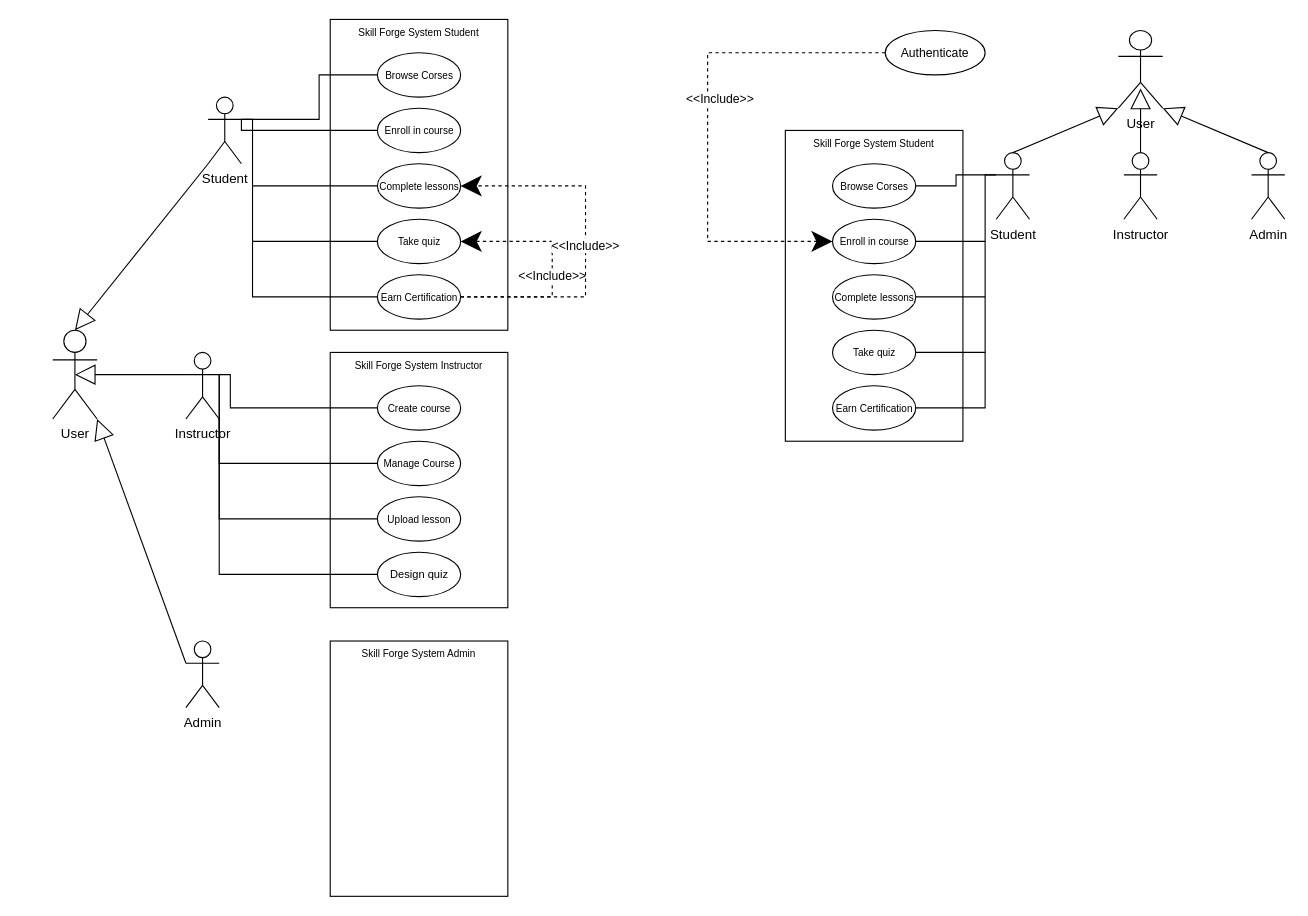
This is Untitled Diagram.drawio from RodinaMohamed04/Lab6, a draw.io file, before an edit. Source tidied: cells renumbered, new cells numbered last; positions are measured from the earlier drawing's top-left corner, leaving out a move shared by most shapes. Both pictures are drawn from the tidied source at 111%, with x=0, y=0 at pixel (52, 19).
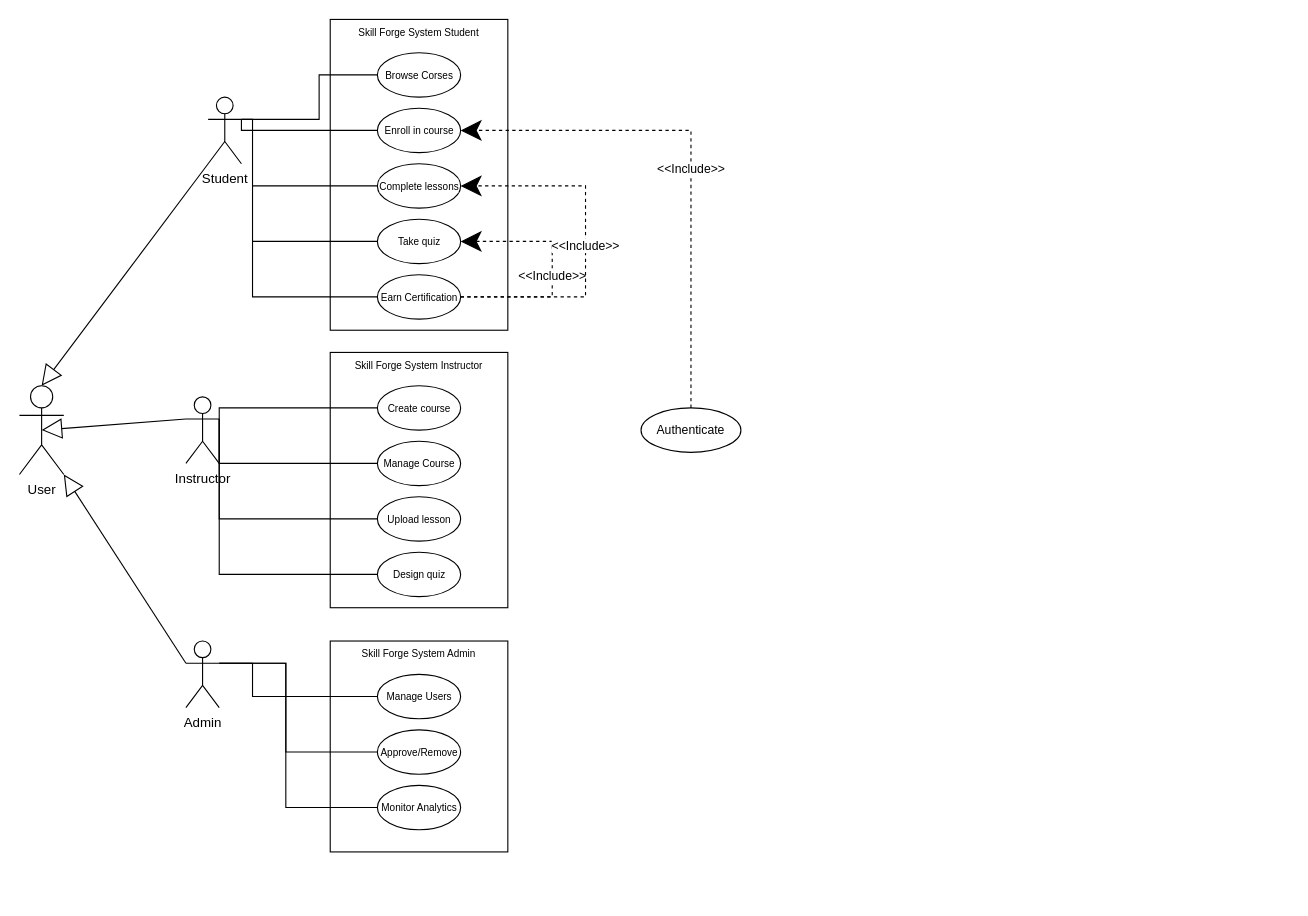
Above is the later version.

Commit message:
Use case admin.drawio

The change refers to these unchanged cells:
```xml
<mxCell id="38" value="&lt;font style=&quot;font-size: 9px;&quot;&gt;Enroll in course&lt;/font&gt;" style="ellipse;whiteSpace=wrap;html=1;strokeColor=default;align=center;verticalAlign=middle;fontFamily=Helvetica;fontSize=11;fontColor=default;labelBackgroundColor=default;fillColor=default;" parent="1" vertex="1">
  <mxGeometry x="292.5" y="80" width="75" height="40" as="geometry" />
</mxCell>
<mxCell id="64" value="&lt;font style=&quot;font-size: 9px;&quot;&gt;Create course&lt;/font&gt;" style="ellipse;whiteSpace=wrap;html=1;strokeColor=default;align=center;verticalAlign=middle;fontFamily=Helvetica;fontSize=11;fontColor=default;labelBackgroundColor=default;fillColor=default;" parent="1" vertex="1">
  <mxGeometry x="292.5" y="330" width="75" height="40" as="geometry" />
</mxCell>
<mxCell id="80" value="Admin" style="shape=umlActor;verticalLabelPosition=bottom;verticalAlign=top;html=1;" parent="1" vertex="1">
  <mxGeometry x="120" y="560" width="30" height="60" as="geometry" />
</mxCell>
```

The edit, as a diff of the source:
```diff
@@
-    <mxCell id="2" value="User" style="shape=umlActor;verticalLabelPosition=bottom;verticalAlign=top;html=1;" parent="1" vertex="1">
-      <mxGeometry x="960" y="10" width="40" height="70" as="geometry" />
-    </mxCell>
-    <mxCell id="3" value="Student" style="shape=umlActor;verticalLabelPosition=bottom;verticalAlign=top;html=1;" parent="1" vertex="1">
-      <mxGeometry x="850" y="120" width="30" height="60" as="geometry" />
-    </mxCell>
-    <mxCell id="4" value="Instructor" style="shape=umlActor;verticalLabelPosition=bottom;verticalAlign=top;html=1;" parent="1" vertex="1">
-      <mxGeometry x="965" y="120" width="30" height="60" as="geometry" />
-    </mxCell>
-    <mxCell id="5" value="Admin" style="shape=umlActor;verticalLabelPosition=bottom;verticalAlign=top;html=1;" parent="1" vertex="1">
-      <mxGeometry x="1080" y="120" width="30" height="60" as="geometry" />
-    </mxCell>
-    <mxCell id="6" style="endArrow=block;endSize=16;endFill=0;html=1;rounded=0;exitX=0.5;exitY=0;exitDx=0;exitDy=0;exitPerimeter=0;entryX=1;entryY=1;entryDx=0;entryDy=0;entryPerimeter=0;" parent="1" edge="1" source="5" target="2">
-      <mxGeometry relative="1" as="geometry" />
-    </mxCell>
-    <mxCell id="7" style="endArrow=block;endSize=16;endFill=0;html=1;rounded=0;exitX=0.5;exitY=0;exitDx=0;exitDy=0;exitPerimeter=0;entryX=0;entryY=1;entryDx=0;entryDy=0;entryPerimeter=0;" parent="1" edge="1" source="3" target="2">
-      <mxGeometry relative="1" as="geometry" />
-    </mxCell>
-    <mxCell id="8" style="endArrow=block;endSize=16;endFill=0;html=1;rounded=0;exitX=0.5;exitY=0;exitDx=0;exitDy=0;exitPerimeter=0;entryX=0.501;entryY=0.747;entryDx=0;entryDy=0;entryPerimeter=0;" parent="1" edge="1" source="4" target="2">
-      <mxGeometry relative="1" as="geometry" />
-    </mxCell>
-    <mxCell id="9" value="Authenticate" style="ellipse;whiteSpace=wrap;html=1;fontFamily=Helvetica;fontSize=11;fontColor=default;labelBackgroundColor=default;" parent="1" vertex="1">
-      <mxGeometry x="750" y="10" width="90" height="40" as="geometry" />
-    </mxCell>
-    <mxCell id="10" value="Skill Forge System Student" style="whiteSpace=wrap;html=1;fontFamily=Helvetica;fontSize=9;fontColor=default;labelBackgroundColor=default;labelPosition=center;verticalLabelPosition=middle;align=center;verticalAlign=top;" parent="1" vertex="1">
-      <mxGeometry x="660" y="100" width="160" height="280" as="geometry" />
-    </mxCell>
-    <mxCell id="11" value="&lt;font style=&quot;font-size: 9px;&quot;&gt;Browse Corses&lt;/font&gt;" style="ellipse;whiteSpace=wrap;html=1;strokeColor=default;align=center;verticalAlign=middle;fontFamily=Helvetica;fontSize=11;fontColor=default;labelBackgroundColor=default;fillColor=default;" parent="1" vertex="1">
-      <mxGeometry x="702.5" y="130" width="75" height="40" as="geometry" />
-    </mxCell>
-    <mxCell id="12" value="&lt;font style=&quot;font-size: 9px;&quot;&gt;Enroll in course&lt;/font&gt;" style="ellipse;whiteSpace=wrap;html=1;strokeColor=default;align=center;verticalAlign=middle;fontFamily=Helvetica;fontSize=11;fontColor=default;labelBackgroundColor=default;fillColor=default;" parent="1" vertex="1">
-      <mxGeometry x="702.5" y="180" width="75" height="40" as="geometry" />
-    </mxCell>
-    <mxCell id="13" value="&lt;font style=&quot;font-size: 9px;&quot;&gt;Complete lessons&lt;/font&gt;" style="ellipse;whiteSpace=wrap;html=1;strokeColor=default;align=center;verticalAlign=middle;fontFamily=Helvetica;fontSize=11;fontColor=default;labelBackgroundColor=default;fillColor=default;" parent="1" vertex="1">
-      <mxGeometry x="702.5" y="230" width="75" height="40" as="geometry" />
-    </mxCell>
-    <mxCell id="14" value="&lt;font style=&quot;font-size: 9px;&quot;&gt;Take quiz&lt;/font&gt;" style="ellipse;whiteSpace=wrap;html=1;strokeColor=default;align=center;verticalAlign=middle;fontFamily=Helvetica;fontSize=11;fontColor=default;labelBackgroundColor=default;fillColor=default;" parent="1" vertex="1">
-      <mxGeometry x="702.5" y="280" width="75" height="40" as="geometry" />
-    </mxCell>
-    <mxCell id="15" value="&lt;font style=&quot;font-size: 9px;&quot;&gt;Earn Certification&lt;/font&gt;" style="ellipse;whiteSpace=wrap;html=1;strokeColor=default;align=center;verticalAlign=middle;fontFamily=Helvetica;fontSize=11;fontColor=default;labelBackgroundColor=default;fillColor=default;" parent="1" vertex="1">
-      <mxGeometry x="702.5" y="330" width="75" height="40" as="geometry" />
-    </mxCell>
-    <mxCell id="16" style="endArrow=none;html=1;edgeStyle=orthogonalEdgeStyle;rounded=0;strokeColor=default;align=center;verticalAlign=middle;fontFamily=Helvetica;fontSize=11;fontColor=default;labelBackgroundColor=default;endSize=16;exitX=1;exitY=0.5;exitDx=0;exitDy=0;entryX=0;entryY=0.3333333333333333;entryDx=0;entryDy=0;entryPerimeter=0;" parent="1" edge="1" source="11" target="3">
-      <mxGeometry relative="1" as="geometry" />
-    </mxCell>
-    <mxCell id="17" style="edgeLabel;html=1;align=left;verticalAlign=bottom;strokeColor=default;fontFamily=Helvetica;fontSize=11;fontColor=default;labelBackgroundColor=default;fillColor=default;" parent="16" vertex="1">
-      <mxGeometry x="-1" relative="1" as="geometry" />
-    </mxCell>
-    <mxCell id="18" style="edgeLabel;html=1;align=right;verticalAlign=bottom;strokeColor=default;fontFamily=Helvetica;fontSize=11;fontColor=default;labelBackgroundColor=default;fillColor=default;" parent="16" vertex="1">
-      <mxGeometry x="1" relative="1" as="geometry" />
-    </mxCell>
-    <mxCell id="19" style="endArrow=none;html=1;edgeStyle=orthogonalEdgeStyle;rounded=0;strokeColor=default;align=center;verticalAlign=middle;fontFamily=Helvetica;fontSize=11;fontColor=default;labelBackgroundColor=default;endSize=16;entryX=1;entryY=0.5;entryDx=0;entryDy=0;exitX=0;exitY=0.3333333333333333;exitDx=0;exitDy=0;exitPerimeter=0;" parent="1" edge="1" source="3" target="12">
-      <mxGeometry relative="1" as="geometry">
-        <Array as="points">
-          <mxPoint x="840" y="140" />
-          <mxPoint x="840" y="200" />
-        </Array>
-      </mxGeometry>
-    </mxCell>
-    <mxCell id="20" style="edgeLabel;html=1;align=left;verticalAlign=bottom;strokeColor=default;fontFamily=Helvetica;fontSize=11;fontColor=default;labelBackgroundColor=default;fillColor=default;" parent="19" vertex="1">
-      <mxGeometry x="-1" relative="1" as="geometry" />
-    </mxCell>
-    <mxCell id="21" style="edgeLabel;html=1;align=right;verticalAlign=bottom;strokeColor=default;fontFamily=Helvetica;fontSize=11;fontColor=default;labelBackgroundColor=default;fillColor=default;" parent="19" vertex="1">
-      <mxGeometry x="1" relative="1" as="geometry" />
-    </mxCell>
-    <mxCell id="22" style="endArrow=none;html=1;edgeStyle=orthogonalEdgeStyle;rounded=0;strokeColor=default;align=center;verticalAlign=middle;fontFamily=Helvetica;fontSize=11;fontColor=default;labelBackgroundColor=default;endSize=16;entryX=1;entryY=0.5;entryDx=0;entryDy=0;" parent="1" edge="1" target="13">
-      <mxGeometry relative="1" as="geometry">
-        <mxPoint x="840" y="200" as="sourcePoint" />
-        <Array as="points">
-          <mxPoint x="840" y="250" />
-        </Array>
-      </mxGeometry>
-    </mxCell>
-    <mxCell id="23" style="edgeLabel;html=1;align=left;verticalAlign=bottom;strokeColor=default;fontFamily=Helvetica;fontSize=11;fontColor=default;labelBackgroundColor=default;fillColor=default;" parent="22" vertex="1">
-      <mxGeometry x="-1" relative="1" as="geometry" />
-    </mxCell>
-    <mxCell id="24" style="edgeLabel;html=1;align=right;verticalAlign=bottom;strokeColor=default;fontFamily=Helvetica;fontSize=11;fontColor=default;labelBackgroundColor=default;fillColor=default;" parent="22" vertex="1">
-      <mxGeometry x="1" relative="1" as="geometry" />
-    </mxCell>
-    <mxCell id="25" style="endArrow=none;html=1;edgeStyle=orthogonalEdgeStyle;rounded=0;strokeColor=default;align=center;verticalAlign=middle;fontFamily=Helvetica;fontSize=11;fontColor=default;labelBackgroundColor=default;endSize=16;entryX=1;entryY=0.5;entryDx=0;entryDy=0;" parent="1" edge="1" target="14">
-      <mxGeometry relative="1" as="geometry">
-        <mxPoint x="840" y="250" as="sourcePoint" />
-        <Array as="points">
-          <mxPoint x="840" y="300" />
-        </Array>
-      </mxGeometry>
-    </mxCell>
-    <mxCell id="26" style="edgeLabel;html=1;align=left;verticalAlign=bottom;strokeColor=default;fontFamily=Helvetica;fontSize=11;fontColor=default;labelBackgroundColor=default;fillColor=default;" parent="25" vertex="1">
-      <mxGeometry x="-1" relative="1" as="geometry" />
-    </mxCell>
-    <mxCell id="27" style="edgeLabel;html=1;align=right;verticalAlign=bottom;strokeColor=default;fontFamily=Helvetica;fontSize=11;fontColor=default;labelBackgroundColor=default;fillColor=default;" parent="25" vertex="1">
-      <mxGeometry x="1" relative="1" as="geometry" />
-    </mxCell>
-    <mxCell id="28" style="endArrow=none;html=1;edgeStyle=orthogonalEdgeStyle;rounded=0;strokeColor=default;align=center;verticalAlign=middle;fontFamily=Helvetica;fontSize=11;fontColor=default;labelBackgroundColor=default;endSize=16;entryX=1;entryY=0.5;entryDx=0;entryDy=0;" parent="1" edge="1" target="15">
-      <mxGeometry relative="1" as="geometry">
-        <mxPoint x="840" y="300" as="sourcePoint" />
-        <Array as="points">
-          <mxPoint x="840" y="350" />
-        </Array>
-      </mxGeometry>
-    </mxCell>
-    <mxCell id="29" style="edgeLabel;html=1;align=left;verticalAlign=bottom;strokeColor=default;fontFamily=Helvetica;fontSize=11;fontColor=default;labelBackgroundColor=default;fillColor=default;" parent="28" vertex="1">
-      <mxGeometry x="-1" relative="1" as="geometry" />
-    </mxCell>
-    <mxCell id="30" style="edgeLabel;html=1;align=right;verticalAlign=bottom;strokeColor=default;fontFamily=Helvetica;fontSize=11;fontColor=default;labelBackgroundColor=default;fillColor=default;" parent="28" vertex="1">
-      <mxGeometry x="1" relative="1" as="geometry" />
-    </mxCell>
-    <mxCell id="31" style="endArrow=classic;html=1;rounded=0;strokeColor=default;align=center;verticalAlign=middle;fontFamily=Helvetica;fontSize=11;fontColor=default;labelBackgroundColor=default;endSize=16;dashed=1;exitX=0;exitY=0.5;exitDx=0;exitDy=0;entryX=0;entryY=0.5;entryDx=0;entryDy=0;" parent="1" edge="1" source="9" target="12">
-      <mxGeometry relative="1" as="geometry">
-        <Array as="points">
-          <mxPoint x="590" y="30" />
-          <mxPoint x="590" y="90" />
-          <mxPoint x="590" y="200" />
-        </Array>
-      </mxGeometry>
-    </mxCell>
-    <mxCell id="32" value="&amp;lt;&amp;lt;Include&amp;gt;&amp;gt;" style="edgeLabel;html=1;align=center;verticalAlign=middle;strokeColor=default;fontFamily=Helvetica;fontSize=11;fontColor=default;labelBackgroundColor=default;fillColor=default;" parent="31" vertex="1">
-      <mxGeometry x="-0.14" y="1" relative="1" as="geometry">
-        <mxPoint x="9" y="11" as="offset" />
-      </mxGeometry>
-    </mxCell>
     <mxCell id="33" value="User" style="shape=umlActor;verticalLabelPosition=bottom;verticalAlign=top;html=1;" parent="1" vertex="1">
-      <mxGeometry y="280" width="40" height="80" as="geometry" />
+      <mxGeometry x="-30" y="330" width="40" height="80" as="geometry" />
     </mxCell>
@@
     <mxCell id="61" value="Instructor" style="shape=umlActor;verticalLabelPosition=bottom;verticalAlign=top;html=1;" parent="1" vertex="1">
-      <mxGeometry x="120" y="300" width="30" height="60" as="geometry" />
+      <mxGeometry x="120" y="340" width="30" height="60" as="geometry" />
     </mxCell>
@@
-    <mxCell id="67" value="&lt;font size=&quot;1&quot;&gt;Design quiz&lt;/font&gt;" style="ellipse;whiteSpace=wrap;html=1;strokeColor=default;align=center;verticalAlign=middle;fontFamily=Helvetica;fontSize=11;fontColor=default;labelBackgroundColor=default;fillColor=default;" parent="1" vertex="1">
+    <mxCell id="67" value="&lt;font style=&quot;font-size: 9px;&quot;&gt;Design quiz&lt;/font&gt;" style="ellipse;whiteSpace=wrap;html=1;strokeColor=default;align=center;verticalAlign=middle;fontFamily=Helvetica;fontSize=11;fontColor=default;labelBackgroundColor=default;fillColor=default;" parent="1" vertex="1">
       <mxGeometry x="292.5" y="480" width="75" height="40" as="geometry" />
     </mxCell>
     <mxCell id="68" style="endArrow=none;html=1;edgeStyle=orthogonalEdgeStyle;rounded=0;strokeColor=default;align=center;verticalAlign=middle;fontFamily=Helvetica;fontSize=11;fontColor=default;labelBackgroundColor=default;endSize=16;entryX=1;entryY=0.3333333333333333;entryDx=0;entryDy=0;entryPerimeter=0;exitX=0;exitY=0.5;exitDx=0;exitDy=0;" parent="1" edge="1" source="64" target="61">
       <mxGeometry relative="1" as="geometry">
         <Array as="points">
-          <mxPoint x="160" y="350" />
-          <mxPoint x="160" y="320" />
+          <mxPoint x="150" y="350" />
         </Array>
       </mxGeometry>
     </mxCell>
@@
     <mxCell id="82" value="Skill Forge System Admin" style="whiteSpace=wrap;html=1;fontFamily=Helvetica;fontSize=9;fontColor=default;labelBackgroundColor=default;labelPosition=center;verticalLabelPosition=middle;align=center;verticalAlign=top;" parent="1" vertex="1">
-      <mxGeometry x="250" y="560" width="160" height="230" as="geometry" />
+      <mxGeometry x="250" y="560" width="160" height="190" as="geometry" />
     </mxCell>
+    <mxCell id="83" value="&lt;font style=&quot;font-size: 9px;&quot;&gt;Manage Users&lt;/font&gt;" style="ellipse;whiteSpace=wrap;html=1;strokeColor=default;align=center;verticalAlign=middle;fontFamily=Helvetica;fontSize=11;fontColor=default;labelBackgroundColor=default;fillColor=default;" parent="1" vertex="1">
+      <mxGeometry x="292.5" y="590" width="75" height="40" as="geometry" />
+    </mxCell>
+    <mxCell id="84" value="&lt;font style=&quot;font-size: 9px;&quot;&gt;Approve/Remove&lt;/font&gt;" style="ellipse;whiteSpace=wrap;html=1;strokeColor=default;align=center;verticalAlign=middle;fontFamily=Helvetica;fontSize=11;fontColor=default;labelBackgroundColor=default;fillColor=default;" parent="1" vertex="1">
+      <mxGeometry x="292.5" y="640" width="75" height="40" as="geometry" />
+    </mxCell>
+    <mxCell id="85" value="&lt;font style=&quot;font-size: 9px;&quot;&gt;Monitor Analytics&lt;/font&gt;" style="ellipse;whiteSpace=wrap;html=1;strokeColor=default;align=center;verticalAlign=middle;fontFamily=Helvetica;fontSize=11;fontColor=default;labelBackgroundColor=default;fillColor=default;" parent="1" vertex="1">
+      <mxGeometry x="292.5" y="690" width="75" height="40" as="geometry" />
+    </mxCell>
+    <mxCell id="86" style="endArrow=none;html=1;edgeStyle=orthogonalEdgeStyle;rounded=0;strokeColor=default;align=center;verticalAlign=middle;fontFamily=Helvetica;fontSize=11;fontColor=default;labelBackgroundColor=default;endSize=16;exitX=0;exitY=0.5;exitDx=0;exitDy=0;entryX=1;entryY=0.3333333333333333;entryDx=0;entryDy=0;entryPerimeter=0;" parent="1" edge="1" source="85" target="80">
+      <mxGeometry relative="1" as="geometry">
+        <Array as="points">
+          <mxPoint x="210" y="710" />
+          <mxPoint x="210" y="580" />
+        </Array>
+      </mxGeometry>
+    </mxCell>
+    <mxCell id="87" style="edgeLabel;html=1;align=left;verticalAlign=bottom;strokeColor=default;fontFamily=Helvetica;fontSize=11;fontColor=default;labelBackgroundColor=default;fillColor=default;" parent="86" vertex="1">
+      <mxGeometry x="-1" relative="1" as="geometry" />
+    </mxCell>
+    <mxCell id="88" style="edgeLabel;html=1;align=right;verticalAlign=bottom;strokeColor=default;fontFamily=Helvetica;fontSize=11;fontColor=default;labelBackgroundColor=default;fillColor=default;" parent="86" vertex="1">
+      <mxGeometry x="1" relative="1" as="geometry" />
+    </mxCell>
+    <mxCell id="89" style="endArrow=none;html=1;edgeStyle=orthogonalEdgeStyle;rounded=0;strokeColor=default;align=center;verticalAlign=middle;fontFamily=Helvetica;fontSize=11;fontColor=default;labelBackgroundColor=default;endSize=16;exitX=0;exitY=0.5;exitDx=0;exitDy=0;entryX=1;entryY=0.3333333333333333;entryDx=0;entryDy=0;entryPerimeter=0;" parent="1" edge="1" source="84" target="80">
+      <mxGeometry relative="1" as="geometry">
+        <Array as="points">
+          <mxPoint x="210" y="660" />
+          <mxPoint x="210" y="580" />
+        </Array>
+      </mxGeometry>
+    </mxCell>
+    <mxCell id="90" style="edgeLabel;html=1;align=left;verticalAlign=bottom;strokeColor=default;fontFamily=Helvetica;fontSize=11;fontColor=default;labelBackgroundColor=default;fillColor=default;" parent="89" vertex="1">
+      <mxGeometry x="-1" relative="1" as="geometry" />
+    </mxCell>
+    <mxCell id="91" style="edgeLabel;html=1;align=right;verticalAlign=bottom;strokeColor=default;fontFamily=Helvetica;fontSize=11;fontColor=default;labelBackgroundColor=default;fillColor=default;" parent="89" vertex="1">
+      <mxGeometry x="1" relative="1" as="geometry" />
+    </mxCell>
+    <mxCell id="92" style="endArrow=none;html=1;edgeStyle=orthogonalEdgeStyle;rounded=0;strokeColor=default;align=center;verticalAlign=middle;fontFamily=Helvetica;fontSize=11;fontColor=default;labelBackgroundColor=default;endSize=16;exitX=0;exitY=0.5;exitDx=0;exitDy=0;entryX=1;entryY=0.3333333333333333;entryDx=0;entryDy=0;entryPerimeter=0;" parent="1" edge="1" source="83" target="80">
+      <mxGeometry relative="1" as="geometry">
+        <Array as="points">
+          <mxPoint x="180" y="610" />
+          <mxPoint x="180" y="580" />
+        </Array>
+      </mxGeometry>
+    </mxCell>
+    <mxCell id="93" style="edgeLabel;html=1;align=left;verticalAlign=bottom;strokeColor=default;fontFamily=Helvetica;fontSize=11;fontColor=default;labelBackgroundColor=default;fillColor=default;" parent="92" vertex="1">
+      <mxGeometry x="-1" relative="1" as="geometry" />
+    </mxCell>
+    <mxCell id="94" style="edgeLabel;html=1;align=right;verticalAlign=bottom;strokeColor=default;fontFamily=Helvetica;fontSize=11;fontColor=default;labelBackgroundColor=default;fillColor=default;" parent="92" vertex="1">
+      <mxGeometry x="1" relative="1" as="geometry" />
+    </mxCell>
+    <mxCell id="9" value="Authenticate" style="ellipse;whiteSpace=wrap;html=1;fontFamily=Helvetica;fontSize=11;fontColor=default;labelBackgroundColor=default;" parent="1" vertex="1">
+      <mxGeometry x="530" y="350" width="90" height="40" as="geometry" />
+    </mxCell>
+    <mxCell id="95" style="endArrow=classic;html=1;rounded=0;strokeColor=default;align=center;verticalAlign=middle;fontFamily=Helvetica;fontSize=11;fontColor=default;labelBackgroundColor=default;endSize=16;dashed=1;exitX=0.5;exitY=0;exitDx=0;exitDy=0;entryX=1;entryY=0.5;entryDx=0;entryDy=0;" parent="1" edge="1" source="9" target="38">
+      <mxGeometry relative="1" as="geometry">
+        <Array as="points">
+          <mxPoint x="575" y="100" />
+        </Array>
+      </mxGeometry>
+    </mxCell>
+    <mxCell id="32" value="&amp;lt;&amp;lt;Include&amp;gt;&amp;gt;" style="edgeLabel;html=1;align=center;verticalAlign=middle;strokeColor=default;fontFamily=Helvetica;fontSize=11;fontColor=default;labelBackgroundColor=default;fillColor=default;" parent="95" vertex="1">
+      <mxGeometry x="-0.14" y="1" relative="1" as="geometry">
+        <mxPoint y="-19" as="offset" />
+      </mxGeometry>
+    </mxCell>
```
